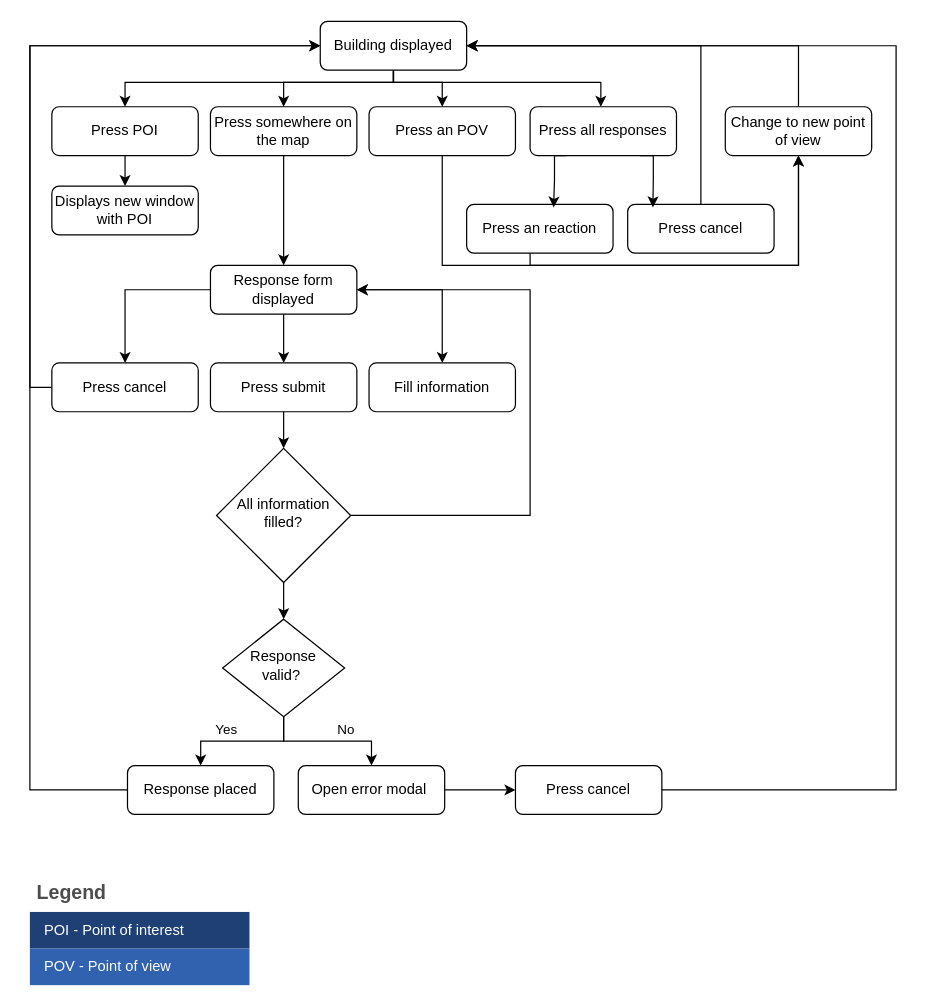
The draw.io diagram Concept/ActivityDiagram.drawio in semnijenhuis/3D-ArcGisProject, before the edit. Source tidied: cells renumbered, new cells numbered last; positions are measured from the earlier drawing's top-left corner, leaving out a move shared by most shapes. Both pictures are drawn from the tidied source at 122%, with x=0, y=0 at pixel (29, 21).
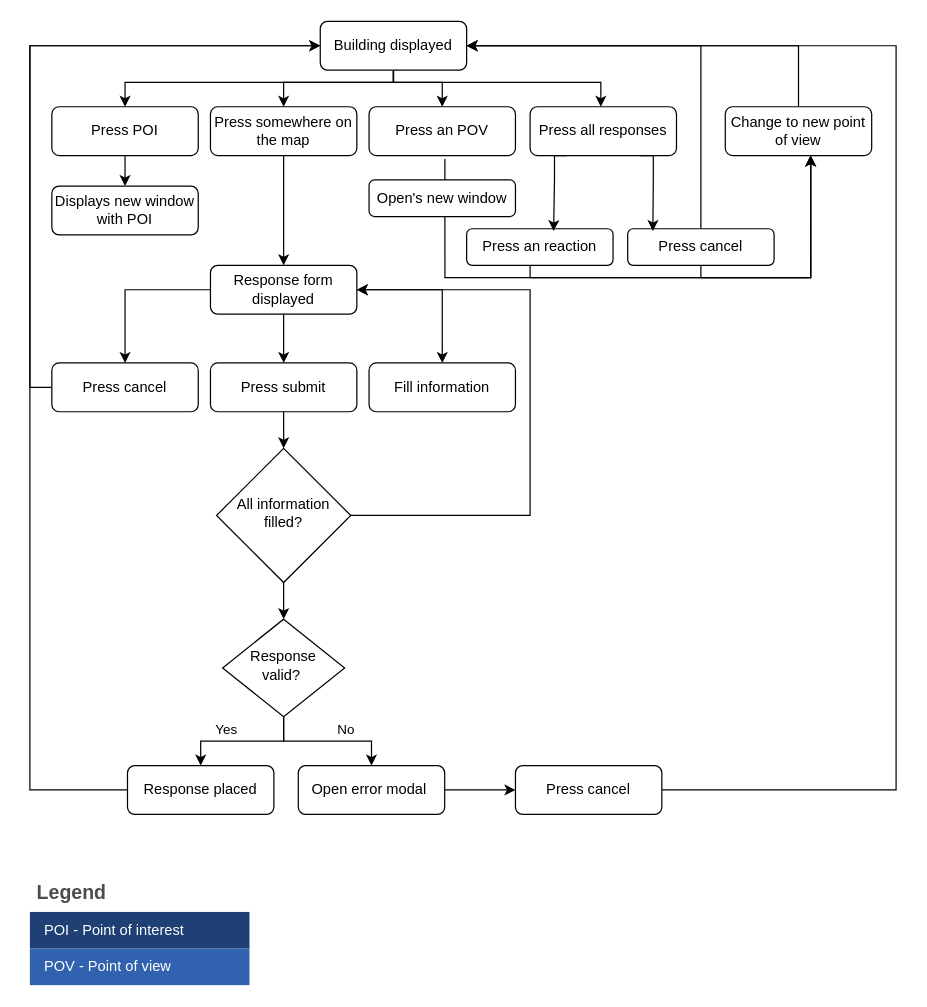
The same page after the edit.

The change refers to these unchanged cells:
```xml
<mxCell id="30" value="Press an POV" style="rounded=1;whiteSpace=wrap;html=1;fontSize=12;glass=0;strokeWidth=1;shadow=0;" parent="1" vertex="1">
  <mxGeometry x="278" y="70" width="120" height="40" as="geometry" />
</mxCell>
<mxCell id="40" value="Change to new point of view" style="rounded=1;whiteSpace=wrap;html=1;fontSize=12;glass=0;strokeWidth=1;shadow=0;" parent="1" vertex="1">
  <mxGeometry x="570" y="70" width="120" height="40" as="geometry" />
</mxCell>
```

The edit, as a diff of the source:
```diff
@@
-    <mxCell id="29" style="edgeStyle=orthogonalEdgeStyle;rounded=0;jettySize=auto;html=1;entryX=0.5;entryY=1;entryDx=0;entryDy=0;" parent="1" edge="1" source="30" target="40">
+    <mxCell id="29" style="edgeStyle=orthogonalEdgeStyle;rounded=0;jettySize=auto;html=1;entryX=0.583;entryY=1;entryDx=0;entryDy=0;exitX=0.518;exitY=1.07;exitDx=0;exitDy=0;exitPerimeter=0;entryPerimeter=0;" parent="1" edge="1" source="30" target="40">
       <mxGeometry relative="1" as="geometry">
         <Array as="points">
-          <mxPoint x="338" y="200" />
-          <mxPoint x="630" y="200" />
+          <mxPoint x="340" y="210" />
+          <mxPoint x="640" y="210" />
         </Array>
       </mxGeometry>
     </mxCell>
@@
-    <mxCell id="37" style="edgeStyle=orthogonalEdgeStyle;rounded=0;jettySize=auto;html=1;" parent="1" edge="1" source="38" target="40">
+    <mxCell id="37" style="edgeStyle=orthogonalEdgeStyle;rounded=0;orthogonalLoop=1;jettySize=auto;html=1;" parent="1" edge="1">
       <mxGeometry relative="1" as="geometry">
+        <mxPoint x="410" y="200" as="sourcePoint" />
+        <mxPoint x="640" y="110" as="targetPoint" />
         <Array as="points">
-          <mxPoint x="410" y="200" />
-          <mxPoint x="630" y="200" />
+          <mxPoint x="410" y="210" />
+          <mxPoint x="640" y="210" />
         </Array>
       </mxGeometry>
     </mxCell>
     <mxCell id="38" value="Press an reaction" style="rounded=1;whiteSpace=wrap;html=1;fontSize=12;glass=0;strokeWidth=1;shadow=0;" parent="1" vertex="1">
-      <mxGeometry x="358" y="150" width="120" height="40" as="geometry" />
+      <mxGeometry x="358" y="170" width="120" height="30" as="geometry" />
     </mxCell>
@@
+    <mxCell id="51" style="edgeStyle=orthogonalEdgeStyle;rounded=0;jettySize=auto;html=1;" parent="1" edge="1" source="43">
+      <mxGeometry relative="1" as="geometry">
+        <mxPoint x="640" y="110" as="targetPoint" />
+        <Array as="points">
+          <mxPoint x="550" y="210" />
+          <mxPoint x="640" y="210" />
+        </Array>
+      </mxGeometry>
+    </mxCell>
     <mxCell id="43" value="Press cancel" style="rounded=1;whiteSpace=wrap;html=1;fontSize=12;glass=0;strokeWidth=1;shadow=0;" parent="1" vertex="1">
-      <mxGeometry x="490" y="150" width="120" height="40" as="geometry" />
+      <mxGeometry x="490" y="170" width="120" height="30" as="geometry" />
     </mxCell>
@@
+    <mxCell id="52" value="Open's new window" style="rounded=1;whiteSpace=wrap;html=1;fontSize=12;glass=0;strokeWidth=1;shadow=0;" parent="1" vertex="1">
+      <mxGeometry x="278" y="130" width="120" height="30" as="geometry" />
+    </mxCell>
```
